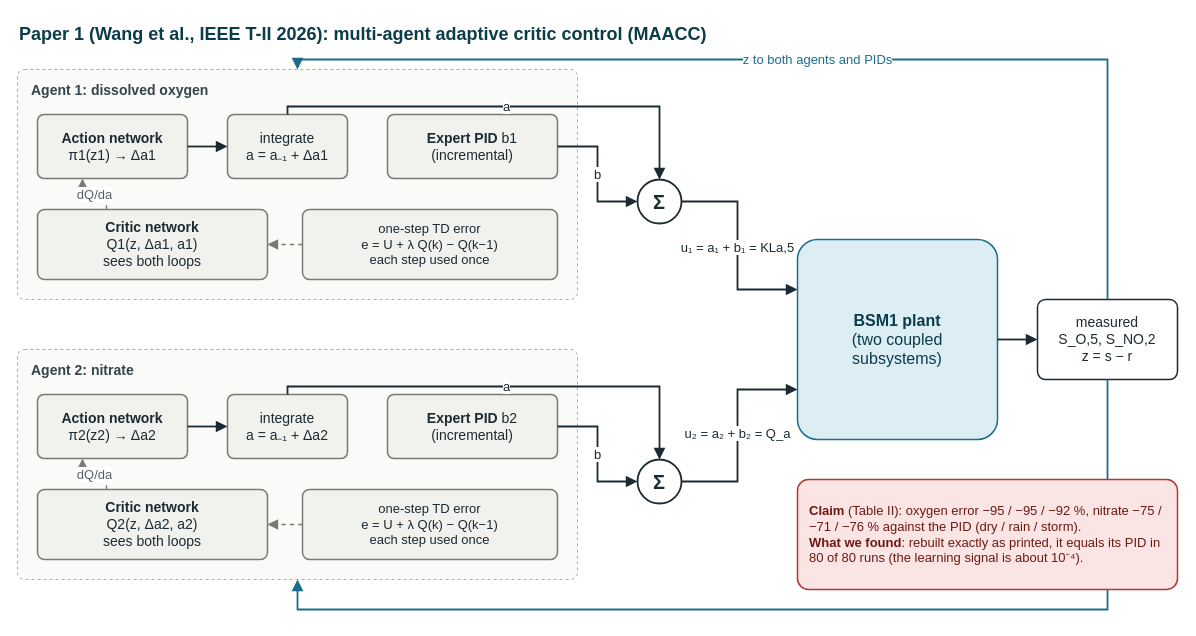
The draw.io diagram docs/diagrams/d1_paper.drawio in Amritha902/water_resource, before the edit. Source tidied: cells renumbered, new cells numbered last; positions are measured from the earlier drawing's top-left corner, leaving out a move shared by most shapes. Both pictures are drawn from the tidied source at 100%, with x=0, y=0 at pixel (17, 17).
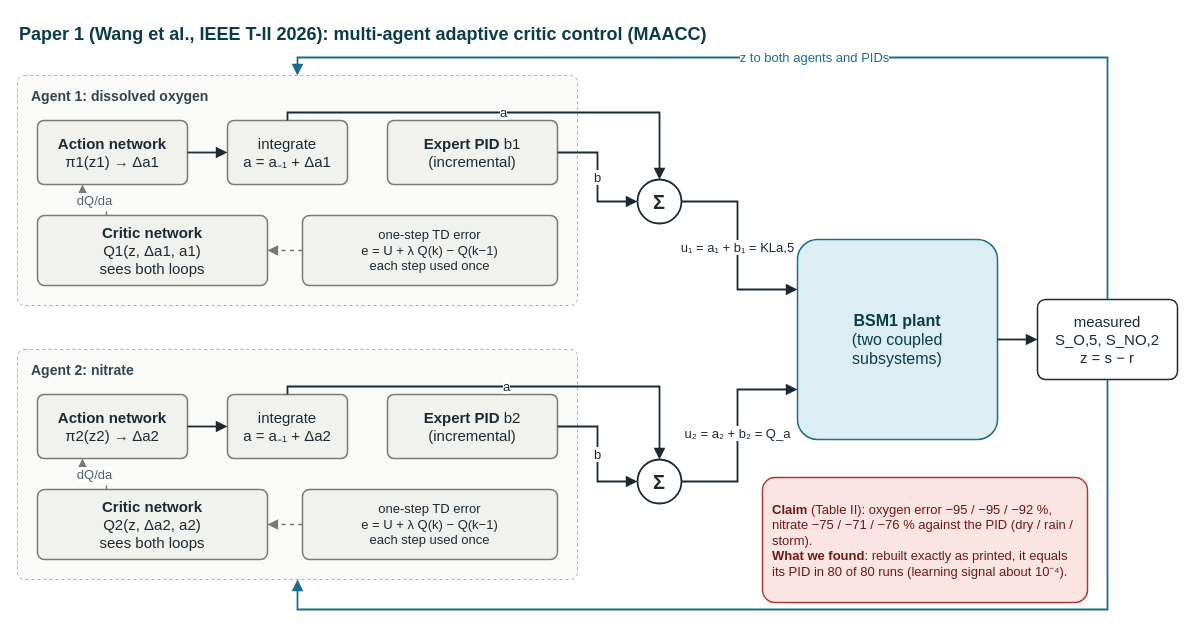
The same diagram, later.

Unchanged cells that the change refers to:
```xml
<mxCell id="21" value="Σ" style="shape=ellipse;perimeter=ellipsePerimeter;whiteSpace=wrap;html=1;fillColor=#FFFFFF;strokeColor=#1B2A33;strokeWidth=1.8;fontFamily=Helvetica;fontSize=20;fontStyle=1;fontColor=#1B2A33;" parent="1" vertex="1">
  <mxGeometry x="620" y="162" width="44" height="44" as="geometry" />
</mxCell>
```

The edit, as a diff of the source:
```diff
@@
     <mxCell id="3" value="Agent 1: dissolved oxygen" style="rounded=1;arcSize=3;whiteSpace=wrap;html=1;fontFamily=Helvetica;fillColor=#FAFAF8;strokeColor=#A7B1B5;dashed=1;verticalAlign=top;align=left;spacingLeft=12;spacingTop=6;fontStyle=1;fontSize=14;fontColor=#33444C;" parent="1" vertex="1">
-      <mxGeometry y="52" width="560" height="230" as="geometry" />
+      <mxGeometry y="58" width="560" height="230" as="geometry" />
     </mxCell>
-    <mxCell id="4" value="&lt;b&gt;Action network&lt;/b&gt;&lt;br&gt;π1(z1) → Δa1" style="rounded=1;arcSize=10;whiteSpace=wrap;html=1;fontFamily=Helvetica;fontSize=14;fillColor=#F1F1EE;strokeColor=#7A7A74;fontColor=#1B2A33;strokeWidth=1.5;" parent="1" vertex="1">
-      <mxGeometry x="20" y="97" width="150" height="64" as="geometry" />
+    <mxCell id="4" value="&lt;b&gt;Action network&lt;/b&gt;&lt;br&gt;π1(z1) → Δa1" style="rounded=1;arcSize=10;whiteSpace=wrap;html=1;spacing=8;fontFamily=Helvetica;fontSize=15;fillColor=#F1F1EE;strokeColor=#7A7A74;fontColor=#1B2A33;strokeWidth=1.5;" parent="1" vertex="1">
+      <mxGeometry x="20" y="103" width="150" height="64" as="geometry" />
     </mxCell>
-    <mxCell id="5" value="integrate&lt;br&gt;a = a₋₁ + Δa1" style="rounded=1;arcSize=10;whiteSpace=wrap;html=1;fontFamily=Helvetica;fontSize=14;fillColor=#F1F1EE;strokeColor=#7A7A74;fontColor=#1B2A33;strokeWidth=1.5;" parent="1" vertex="1">
-      <mxGeometry x="210" y="97" width="120" height="64" as="geometry" />
+    <mxCell id="5" value="integrate&lt;br&gt;a = a₋₁ + Δa1" style="rounded=1;arcSize=10;whiteSpace=wrap;html=1;spacing=8;fontFamily=Helvetica;fontSize=15;fillColor=#F1F1EE;strokeColor=#7A7A74;fontColor=#1B2A33;strokeWidth=1.5;" parent="1" vertex="1">
+      <mxGeometry x="210" y="103" width="120" height="64" as="geometry" />
     </mxCell>
-    <mxCell id="6" value="&lt;b&gt;Critic network&lt;/b&gt;&lt;br&gt;Q1(z, Δa1, a1)&lt;br&gt;sees both loops" style="rounded=1;arcSize=10;whiteSpace=wrap;html=1;fontFamily=Helvetica;fontSize=14;fillColor=#F1F1EE;strokeColor=#7A7A74;fontColor=#1B2A33;strokeWidth=1.5;" parent="1" vertex="1">
-      <mxGeometry x="20" y="192" width="230" height="70" as="geometry" />
+    <mxCell id="6" value="&lt;b&gt;Critic network&lt;/b&gt;&lt;br&gt;Q1(z, Δa1, a1)&lt;br&gt;sees both loops" style="rounded=1;arcSize=10;whiteSpace=wrap;html=1;spacing=8;fontFamily=Helvetica;fontSize=15;fillColor=#F1F1EE;strokeColor=#7A7A74;fontColor=#1B2A33;strokeWidth=1.5;" parent="1" vertex="1">
+      <mxGeometry x="20" y="198" width="230" height="70" as="geometry" />
     </mxCell>
-    <mxCell id="7" value="one-step TD error&lt;br&gt;e = U + λ Q(k) − Q(k−1)&lt;br&gt;each step used once" style="rounded=1;arcSize=10;whiteSpace=wrap;html=1;fontFamily=Helvetica;fontSize=14;fillColor=#F1F1EE;strokeColor=#7A7A74;fontColor=#1B2A33;strokeWidth=1.5;fontSize=13;" parent="1" vertex="1">
-      <mxGeometry x="285" y="192" width="255" height="70" as="geometry" />
+    <mxCell id="7" value="one-step TD error&lt;br&gt;e = U + λ Q(k) − Q(k−1)&lt;br&gt;each step used once" style="rounded=1;arcSize=10;whiteSpace=wrap;html=1;spacing=8;fontFamily=Helvetica;fontSize=15;fillColor=#F1F1EE;strokeColor=#7A7A74;fontColor=#1B2A33;strokeWidth=1.5;fontSize=13;" parent="1" vertex="1">
+      <mxGeometry x="285" y="198" width="255" height="70" as="geometry" />
     </mxCell>
-    <mxCell id="8" value="&lt;b&gt;Expert PID&lt;/b&gt; b1&lt;br&gt;(incremental)" style="rounded=1;arcSize=10;whiteSpace=wrap;html=1;fontFamily=Helvetica;fontSize=14;fillColor=#F1F1EE;strokeColor=#7A7A74;fontColor=#1B2A33;strokeWidth=1.5;" parent="1" vertex="1">
-      <mxGeometry x="370" y="97" width="170" height="64" as="geometry" />
+    <mxCell id="8" value="&lt;b&gt;Expert PID&lt;/b&gt; b1&lt;br&gt;(incremental)" style="rounded=1;arcSize=10;whiteSpace=wrap;html=1;spacing=8;fontFamily=Helvetica;fontSize=15;fillColor=#F1F1EE;strokeColor=#7A7A74;fontColor=#1B2A33;strokeWidth=1.5;" parent="1" vertex="1">
+      <mxGeometry x="370" y="103" width="170" height="64" as="geometry" />
     </mxCell>
@@
-    <mxCell id="13" value="&lt;b&gt;Action network&lt;/b&gt;&lt;br&gt;π2(z2) → Δa2" style="rounded=1;arcSize=10;whiteSpace=wrap;html=1;fontFamily=Helvetica;fontSize=14;fillColor=#F1F1EE;strokeColor=#7A7A74;fontColor=#1B2A33;strokeWidth=1.5;" parent="1" vertex="1">
+    <mxCell id="13" value="&lt;b&gt;Action network&lt;/b&gt;&lt;br&gt;π2(z2) → Δa2" style="rounded=1;arcSize=10;whiteSpace=wrap;html=1;spacing=8;fontFamily=Helvetica;fontSize=15;fillColor=#F1F1EE;strokeColor=#7A7A74;fontColor=#1B2A33;strokeWidth=1.5;" parent="1" vertex="1">
       <mxGeometry x="20" y="377" width="150" height="64" as="geometry" />
     </mxCell>
-    <mxCell id="14" value="integrate&lt;br&gt;a = a₋₁ + Δa2" style="rounded=1;arcSize=10;whiteSpace=wrap;html=1;fontFamily=Helvetica;fontSize=14;fillColor=#F1F1EE;strokeColor=#7A7A74;fontColor=#1B2A33;strokeWidth=1.5;" parent="1" vertex="1">
+    <mxCell id="14" value="integrate&lt;br&gt;a = a₋₁ + Δa2" style="rounded=1;arcSize=10;whiteSpace=wrap;html=1;spacing=8;fontFamily=Helvetica;fontSize=15;fillColor=#F1F1EE;strokeColor=#7A7A74;fontColor=#1B2A33;strokeWidth=1.5;" parent="1" vertex="1">
       <mxGeometry x="210" y="377" width="120" height="64" as="geometry" />
     </mxCell>
-    <mxCell id="15" value="&lt;b&gt;Critic network&lt;/b&gt;&lt;br&gt;Q2(z, Δa2, a2)&lt;br&gt;sees both loops" style="rounded=1;arcSize=10;whiteSpace=wrap;html=1;fontFamily=Helvetica;fontSize=14;fillColor=#F1F1EE;strokeColor=#7A7A74;fontColor=#1B2A33;strokeWidth=1.5;" parent="1" vertex="1">
+    <mxCell id="15" value="&lt;b&gt;Critic network&lt;/b&gt;&lt;br&gt;Q2(z, Δa2, a2)&lt;br&gt;sees both loops" style="rounded=1;arcSize=10;whiteSpace=wrap;html=1;spacing=8;fontFamily=Helvetica;fontSize=15;fillColor=#F1F1EE;strokeColor=#7A7A74;fontColor=#1B2A33;strokeWidth=1.5;" parent="1" vertex="1">
       <mxGeometry x="20" y="472" width="230" height="70" as="geometry" />
     </mxCell>
-    <mxCell id="16" value="one-step TD error&lt;br&gt;e = U + λ Q(k) − Q(k−1)&lt;br&gt;each step used once" style="rounded=1;arcSize=10;whiteSpace=wrap;html=1;fontFamily=Helvetica;fontSize=14;fillColor=#F1F1EE;strokeColor=#7A7A74;fontColor=#1B2A33;strokeWidth=1.5;fontSize=13;" parent="1" vertex="1">
+    <mxCell id="16" value="one-step TD error&lt;br&gt;e = U + λ Q(k) − Q(k−1)&lt;br&gt;each step used once" style="rounded=1;arcSize=10;whiteSpace=wrap;html=1;spacing=8;fontFamily=Helvetica;fontSize=15;fillColor=#F1F1EE;strokeColor=#7A7A74;fontColor=#1B2A33;strokeWidth=1.5;fontSize=13;" parent="1" vertex="1">
       <mxGeometry x="285" y="472" width="255" height="70" as="geometry" />
     </mxCell>
-    <mxCell id="17" value="&lt;b&gt;Expert PID&lt;/b&gt; b2&lt;br&gt;(incremental)" style="rounded=1;arcSize=10;whiteSpace=wrap;html=1;fontFamily=Helvetica;fontSize=14;fillColor=#F1F1EE;strokeColor=#7A7A74;fontColor=#1B2A33;strokeWidth=1.5;" parent="1" vertex="1">
+    <mxCell id="17" value="&lt;b&gt;Expert PID&lt;/b&gt; b2&lt;br&gt;(incremental)" style="rounded=1;arcSize=10;whiteSpace=wrap;html=1;spacing=8;fontFamily=Helvetica;fontSize=15;fillColor=#F1F1EE;strokeColor=#7A7A74;fontColor=#1B2A33;strokeWidth=1.5;" parent="1" vertex="1">
       <mxGeometry x="370" y="377" width="170" height="64" as="geometry" />
     </mxCell>
@@
     <mxCell id="23" value="a" style="edgeStyle=orthogonalEdgeStyle;rounded=0;html=1;endArrow=block;endFill=1;endSize=7;strokeColor=#1B2A33;strokeWidth=1.8;fontFamily=Helvetica;fontSize=13;fontColor=#1B2A33;labelBackgroundColor=#FFFFFF;exitX=0.5;exitY=0;exitDx=0;exitDy=0;entryX=0.5;entryY=0;entryDx=0;entryDy=0;" parent="1" edge="1" source="5" target="21">
       <mxGeometry relative="1" as="geometry">
         <Array as="points">
-          <mxPoint x="270" y="89" />
-          <mxPoint x="642" y="89" />
+          <mxPoint x="270" y="95" />
+          <mxPoint x="642" y="95" />
         </Array>
       </mxGeometry>
     </mxCell>
     <mxCell id="24" value="b" style="edgeStyle=orthogonalEdgeStyle;rounded=0;html=1;endArrow=block;endFill=1;endSize=7;strokeColor=#1B2A33;strokeWidth=1.8;fontFamily=Helvetica;fontSize=13;fontColor=#1B2A33;labelBackgroundColor=#FFFFFF;exitX=1;exitY=0.5;exitDx=0;exitDy=0;entryX=0;entryY=0.5;entryDx=0;entryDy=0;" parent="1" edge="1" source="8" target="21">
       <mxGeometry relative="1" as="geometry">
         <Array as="points">
-          <mxPoint x="580" y="129" />
+          <mxPoint x="580" y="135" />
           <mxPoint x="580" y="184" />
         </Array>
       </mxGeometry>
     </mxCell>
@@
-    <mxCell id="27" value="&lt;b&gt;BSM1 plant&lt;/b&gt;&lt;br&gt;(two coupled&lt;br&gt;subsystems)" style="rounded=1;arcSize=10;whiteSpace=wrap;html=1;fontFamily=Helvetica;fontSize=14;fillColor=#DCEEF4;strokeColor=#1C6E8C;fontColor=#0B3C49;strokeWidth=1.5;fontSize=16;" parent="1" vertex="1">
+    <mxCell id="27" value="&lt;b&gt;BSM1 plant&lt;/b&gt;&lt;br&gt;(two coupled&lt;br&gt;subsystems)" style="rounded=1;arcSize=10;whiteSpace=wrap;html=1;spacing=8;fontFamily=Helvetica;fontSize=15;fillColor=#DCEEF4;strokeColor=#1C6E8C;fontColor=#0B3C49;strokeWidth=1.5;fontSize=16;" parent="1" vertex="1">
       <mxGeometry x="780" y="222" width="200" height="200" as="geometry" />
     </mxCell>
@@
-    <mxCell id="30" value="measured&lt;br&gt;S_O,5, S_NO,2&lt;br&gt;z = s − r" style="rounded=1;arcSize=10;whiteSpace=wrap;html=1;fontFamily=Helvetica;fontSize=14;fillColor=#FFFFFF;strokeColor=#1B2A33;fontColor=#1B2A33;strokeWidth=1.5;" parent="1" vertex="1">
+    <mxCell id="30" value="measured&lt;br&gt;S_O,5, S_NO,2&lt;br&gt;z = s − r" style="rounded=1;arcSize=10;whiteSpace=wrap;html=1;spacing=8;fontFamily=Helvetica;fontSize=15;fillColor=#FFFFFF;strokeColor=#1B2A33;fontColor=#1B2A33;strokeWidth=1.5;" parent="1" vertex="1">
       <mxGeometry x="1020" y="282" width="140" height="80" as="geometry" />
     </mxCell>
@@
     <mxCell id="32" value="z to both agents and PIDs" style="edgeStyle=orthogonalEdgeStyle;rounded=0;html=1;endArrow=block;endFill=1;endSize=7;strokeColor=#1B2A33;strokeWidth=1.8;fontFamily=Helvetica;fontSize=13;fontColor=#1B2A33;labelBackgroundColor=#FFFFFF;strokeColor=#1C6E8C;fontColor=#1C6E8C;exitX=0.5;exitY=0;exitDx=0;exitDy=0;entryX=0.5;entryY=0;entryDx=0;entryDy=0;" parent="1" edge="1" source="30" target="3">
       <mxGeometry relative="1" as="geometry">
         <Array as="points">
-          <mxPoint x="1090" y="42" />
-          <mxPoint x="280" y="42" />
+          <mxPoint x="1090" y="40" />
+          <mxPoint x="280" y="40" />
         </Array>
       </mxGeometry>
     </mxCell>
@@
-    <mxCell id="34" value="&lt;b&gt;Claim&lt;/b&gt; (Table II): oxygen error −95 / −95 / −92 %, nitrate −75 / −71 / −76 % against the PID (dry / rain / storm).&lt;br&gt;&lt;b&gt;What we found&lt;/b&gt;: rebuilt exactly as printed, it equals its PID in 80 of 80 runs (the learning signal is about 10⁻⁴)." style="rounded=1;arcSize=10;whiteSpace=wrap;html=1;fontFamily=Helvetica;fontSize=14;fillColor=#FBE4E4;strokeColor=#B03A2E;fontColor=#6B1A12;strokeWidth=1.5;align=left;spacingLeft=10;fontSize=13;" parent="1" vertex="1">
-      <mxGeometry x="780" y="462" width="380" height="110" as="geometry" />
+    <mxCell id="34" value="&lt;b&gt;Claim&lt;/b&gt; (Table II): oxygen error −95 / −95 / −92 %, nitrate −75 / −71 / −76 % against the PID (dry / rain / storm).&lt;br&gt;&lt;b&gt;What we found&lt;/b&gt;: rebuilt exactly as printed, it equals its PID in 80 of 80 runs (learning signal about 10⁻⁴)." style="rounded=1;arcSize=10;whiteSpace=wrap;html=1;spacing=8;fontFamily=Helvetica;fontSize=15;fillColor=#FBE4E4;strokeColor=#B03A2E;fontColor=#6B1A12;strokeWidth=1.5;align=left;spacing=10;fontSize=13;" parent="1" vertex="1">
+      <mxGeometry x="745" y="460" width="325" height="125" as="geometry" />
     </mxCell>
```
